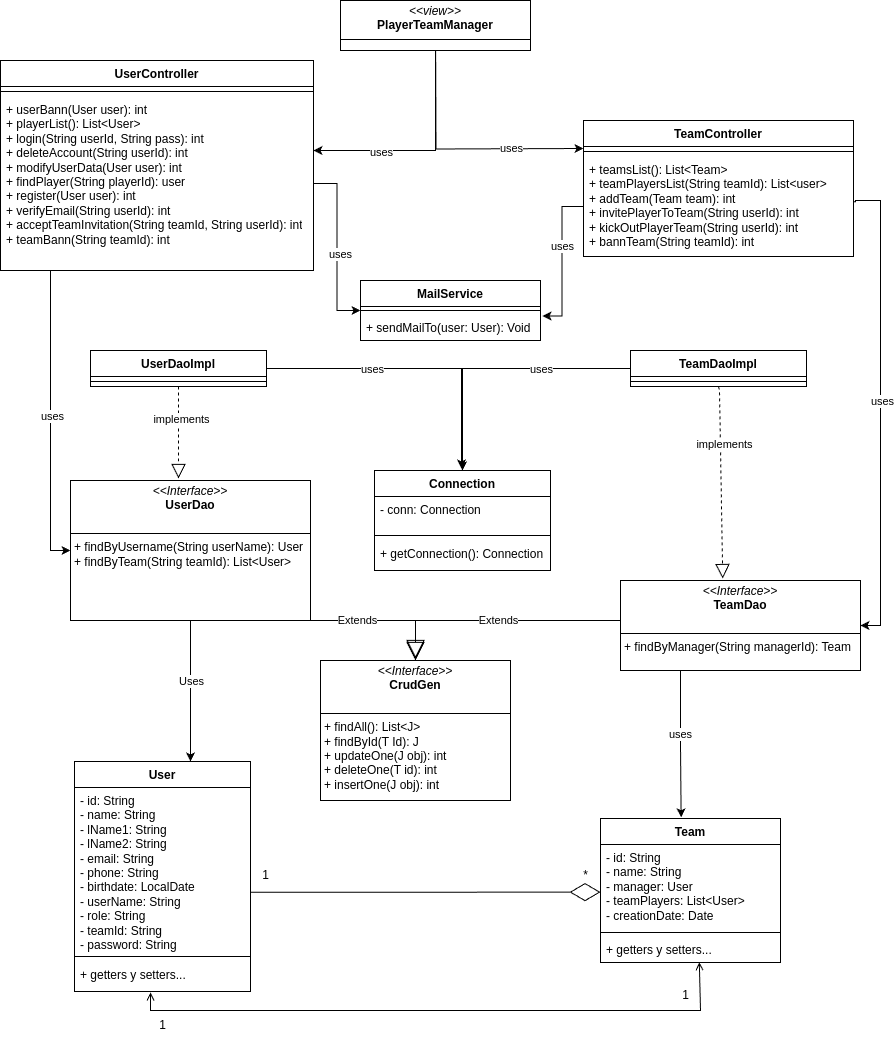
The draw.io diagram src/diagrams/clases.png in JoseLuisPelayo/torneo-esports-uml, before a commit. Source tidied: cells renumbered, new cells last; positions are measured from the earlier drawing's top-left corner, leaving out a move shared by most shapes.
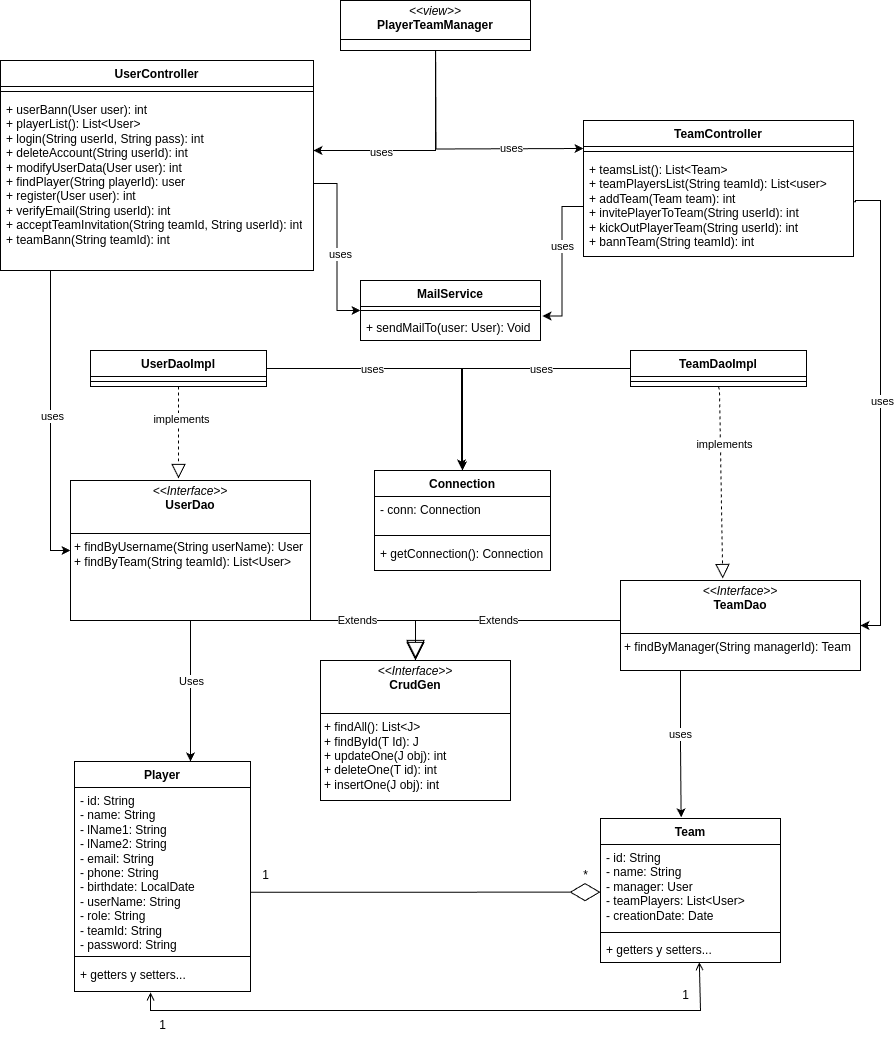
After the commit.

The edit, as a diff of the source:
```diff
@@ -2,7 +2,7 @@
   <root>
     <mxCell id="0" />
     <mxCell id="1" parent="0" />
-    <mxCell id="2" value="User" style="swimlane;fontStyle=1;align=center;verticalAlign=top;horizontal=1;startSize=26;whiteSpace=wrap;html=1;" parent="1" vertex="1">
+    <mxCell id="2" value="Player" style="swimlane;fontStyle=1;align=center;verticalAlign=top;horizontal=1;startSize=26;whiteSpace=wrap;html=1;" parent="1" vertex="1">
       <mxGeometry x="74" y="761" width="176" height="230" as="geometry" />
     </mxCell>
     <mxCell id="3" value="- id: String&lt;div&gt;- name: String&lt;/div&gt;&lt;div&gt;- lName1: String&lt;/div&gt;&lt;div&gt;- lName2: String&lt;/div&gt;&lt;div&gt;- email: String&lt;/div&gt;&lt;div&gt;- phone: String&lt;/div&gt;&lt;div&gt;- birthdate: LocalDate&lt;/div&gt;&lt;div&gt;- userName: String&lt;/div&gt;&lt;div&gt;- role: String&lt;/div&gt;&lt;div&gt;- teamId: String&lt;/div&gt;&lt;div&gt;- password: String&lt;/div&gt;&lt;div&gt;&lt;br&gt;&lt;/div&gt;&lt;div&gt;&lt;br&gt;&lt;/div&gt;" style="text;strokeColor=none;fillColor=none;align=left;verticalAlign=top;spacingLeft=4;spacingRight=4;overflow=hidden;points=[[0,0.5],[1,0.5]];portConstraint=eastwest;whiteSpace=wrap;html=1;" parent="2" vertex="1">
```
